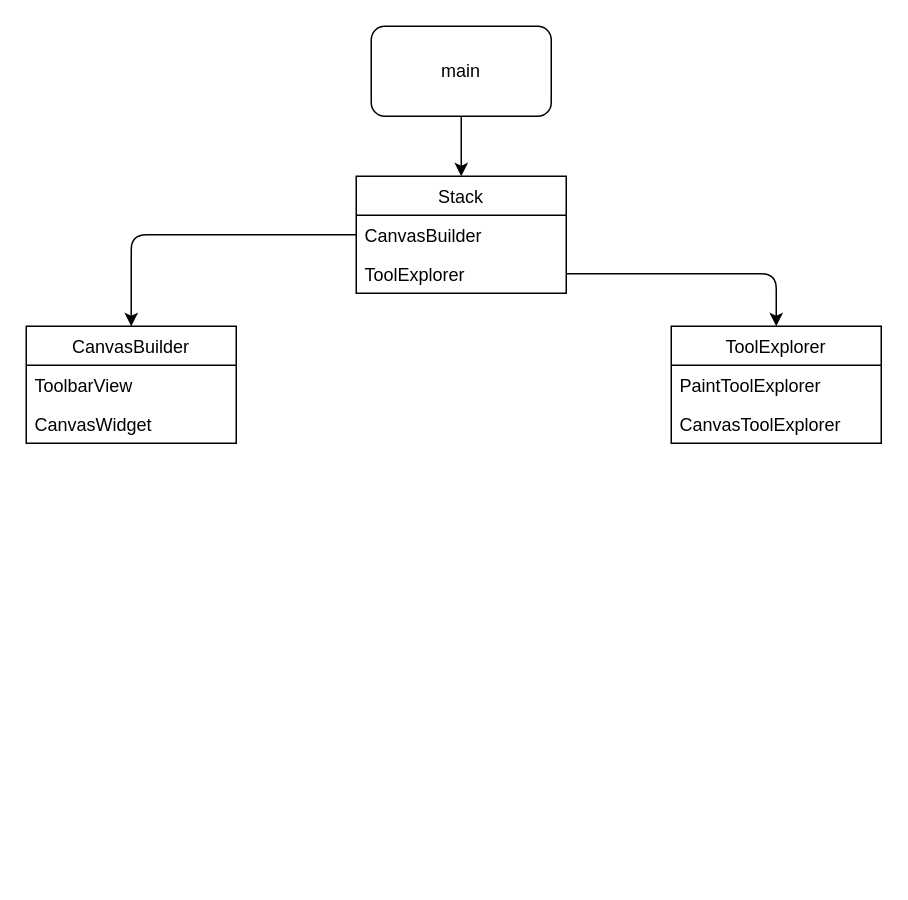
This is widgets.drawio from maheshj01/Paint-Redesigned, a draw.io file, before an edit. Source tidied: cells renumbered, new cells numbered last; positions are measured from the earlier drawing's top-left corner, leaving out a move shared by most shapes. Both pictures are drawn from the tidied source at 150%, with x=0, y=0 at pixel (26, 26).
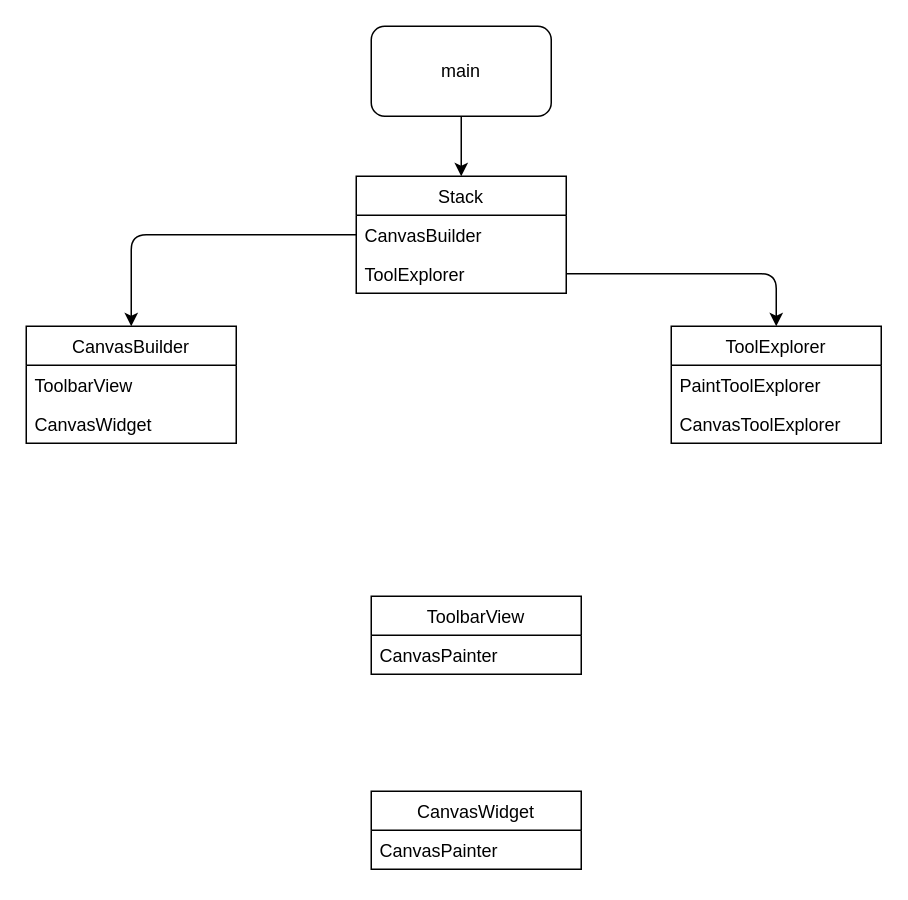
The same diagram, later.

Commit message:
update class diagram

What changed in the source:
```diff
@@
+    <mxCell id="15" value="CanvasWidget" style="swimlane;fontStyle=0;horizontal=1;startSize=26;" parent="1" vertex="1">
+      <mxGeometry x="230" y="510" width="140" height="52" as="geometry" />
+    </mxCell>
+    <mxCell id="16" value="CanvasPainter" style="text;strokeColor=none;fillColor=none;align=left;verticalAlign=top;spacingLeft=4;spacingRight=4;overflow=hidden;" parent="15" vertex="1">
+      <mxGeometry y="26" width="140" height="26" as="geometry" />
+    </mxCell>
+    <mxCell id="17" value="ToolbarView" style="swimlane;fontStyle=0;horizontal=1;startSize=26;" parent="1" vertex="1">
+      <mxGeometry x="230" y="380" width="140" height="52" as="geometry" />
+    </mxCell>
+    <mxCell id="18" value="CanvasPainter" style="text;strokeColor=none;fillColor=none;align=left;verticalAlign=top;spacingLeft=4;spacingRight=4;overflow=hidden;" parent="17" vertex="1">
+      <mxGeometry y="26" width="140" height="26" as="geometry" />
+    </mxCell>
```
